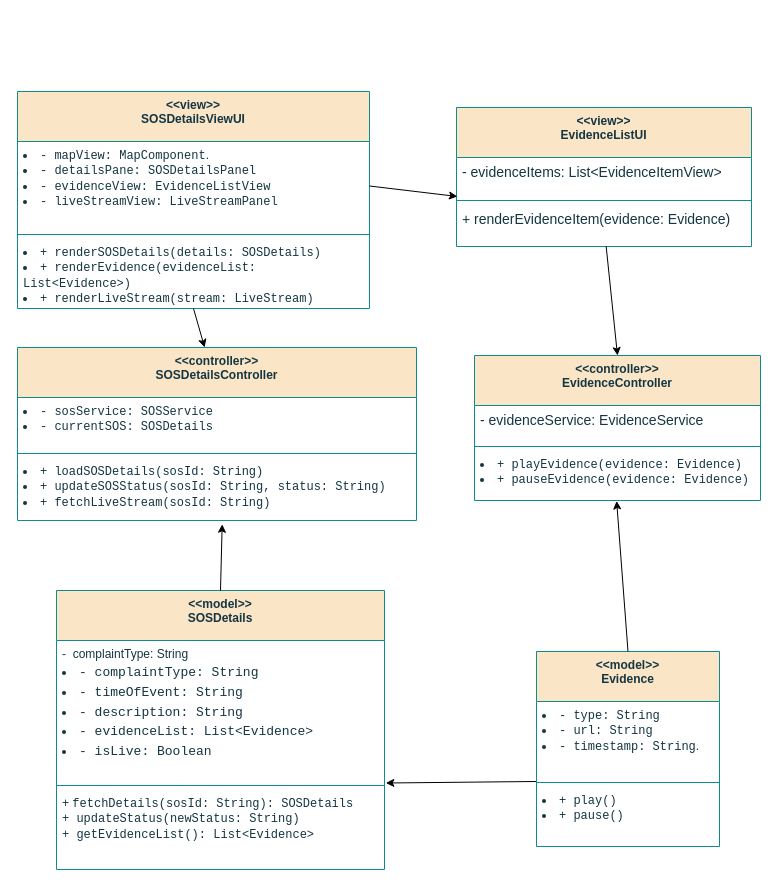
The draw.io diagram page "7. Agent View Evidence" (7 of 17) of Untitled Diagram.drawio in TH-014/CSE_326, before the edit. Source tidied: cells renumbered, new cells numbered last; positions are measured from the earlier drawing's top-left corner, leaving out a move shared by most shapes. Both pictures are drawn from the tidied source at 100%, with x=0, y=0 at pixel (17, 91).
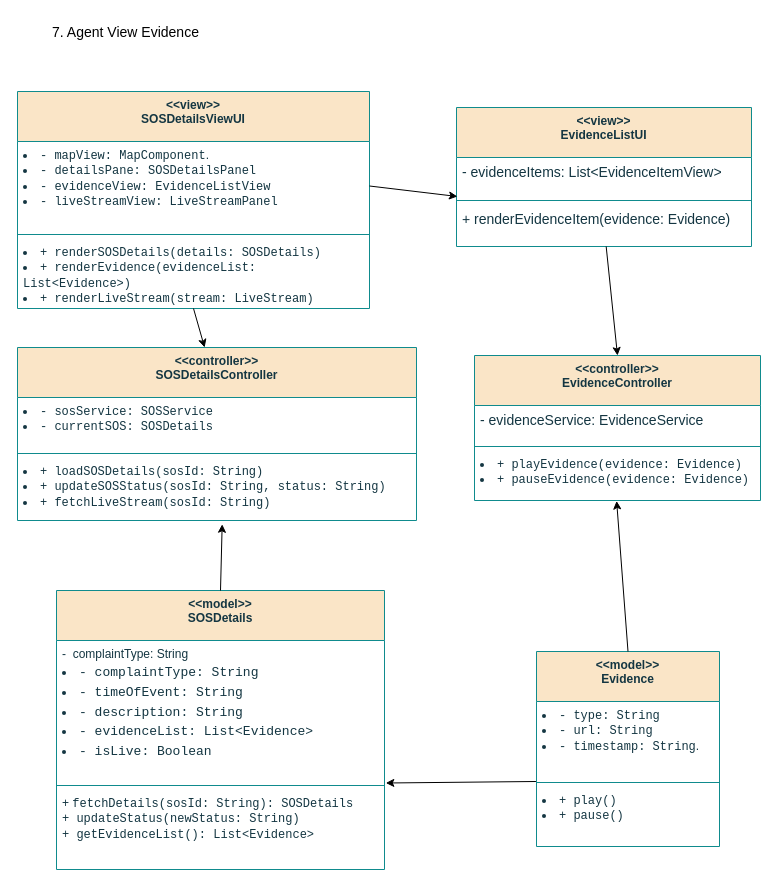
The same diagram, later.

What changed in the source:
```diff
@@
+    <mxCell id="32" value="&lt;font style=&quot;font-size: 14px;&quot;&gt;7. Agent View Evidence&lt;/font&gt;" style="text;html=1;align=center;verticalAlign=middle;whiteSpace=wrap;rounded=0;" parent="1" vertex="1">
+      <mxGeometry x="9" y="-74" width="199" height="30" as="geometry" />
+    </mxCell>
```
